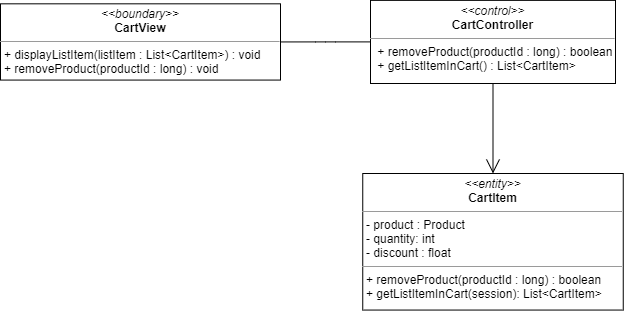
nguyenphamvan/datn_20202 keeps this draw.io diagram as image-class/remove-product-from-cart-class-diagram.png. Above is the earlier version. Source tidied: cells renumbered, new cells last; positions are measured from the earlier drawing's top-left corner, leaving out a move shared by most shapes.
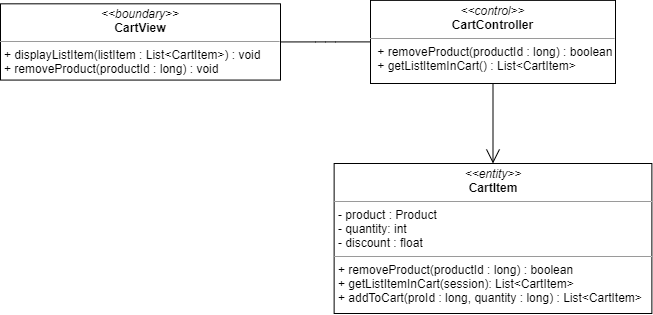
After the commit.

Change to the diagram source:
```diff
@@ -11,8 +11,8 @@
     <mxCell id="4" value="&lt;p style=&quot;margin: 0px ; margin-top: 4px ; text-align: center&quot;&gt;&lt;i&gt;&amp;lt;&amp;lt;control&amp;gt;&amp;gt;&lt;/i&gt;&lt;br&gt;&lt;b&gt;CartController&lt;/b&gt;&lt;/p&gt;&lt;hr size=&quot;1&quot;&gt;&lt;p style=&quot;margin: 0px ; margin-left: 4px&quot;&gt;&lt;span&gt;&amp;nbsp;+ removeProduct(productId : long) : boolean&lt;/span&gt;&lt;/p&gt;&lt;p style=&quot;margin: 0px ; margin-left: 4px&quot;&gt;&amp;nbsp;+ getListItemInCart() : List&amp;lt;CartItem&amp;gt;&lt;/p&gt;" style="verticalAlign=top;align=left;overflow=fill;fontSize=12;fontFamily=Helvetica;html=1;" parent="1" vertex="1">
       <mxGeometry x="370" y="-0.1" width="245" height="83.1" as="geometry" />
     </mxCell>
-    <mxCell id="5" value="&lt;p style=&quot;margin: 0px ; margin-top: 4px ; text-align: center&quot;&gt;&lt;i&gt;&amp;lt;&amp;lt;entity&amp;gt;&amp;gt;&lt;/i&gt;&lt;br&gt;&lt;b&gt;CartItem&lt;/b&gt;&lt;/p&gt;&lt;hr size=&quot;1&quot;&gt;&lt;p style=&quot;margin: 0px ; margin-left: 4px&quot;&gt;- product : Product&lt;/p&gt;&lt;p style=&quot;margin: 0px ; margin-left: 4px&quot;&gt;- quantity: int&lt;br&gt;- discount : float&lt;/p&gt;&lt;hr size=&quot;1&quot;&gt;&lt;p style=&quot;margin: 0px ; margin-left: 4px&quot;&gt;+ removeProduct(productId : long) : boolean&lt;/p&gt;&lt;p style=&quot;margin: 0px ; margin-left: 4px&quot;&gt;+ getListItemInCart(session): List&amp;lt;CartItem&amp;gt;&lt;br&gt;&lt;/p&gt;" style="verticalAlign=top;align=left;overflow=fill;fontSize=12;fontFamily=Helvetica;html=1;" parent="1" vertex="1">
-      <mxGeometry x="362.2" y="173" width="260.5" height="136.6" as="geometry" />
+    <mxCell id="5" value="&lt;p style=&quot;margin: 0px ; margin-top: 4px ; text-align: center&quot;&gt;&lt;i&gt;&amp;lt;&amp;lt;entity&amp;gt;&amp;gt;&lt;/i&gt;&lt;br&gt;&lt;b&gt;CartItem&lt;/b&gt;&lt;/p&gt;&lt;hr size=&quot;1&quot;&gt;&lt;p style=&quot;margin: 0px ; margin-left: 4px&quot;&gt;- product : Product&lt;/p&gt;&lt;p style=&quot;margin: 0px ; margin-left: 4px&quot;&gt;- quantity: int&lt;br&gt;- discount : float&lt;/p&gt;&lt;hr size=&quot;1&quot;&gt;&lt;p style=&quot;margin: 0px 0px 0px 4px&quot;&gt;+ removeProduct(productId : long) : boolean&lt;/p&gt;&lt;p style=&quot;margin: 0px 0px 0px 4px&quot;&gt;+ getListItemInCart(session): List&amp;lt;CartItem&amp;gt;&lt;/p&gt;&lt;p style=&quot;margin: 0px 0px 0px 4px&quot;&gt;+ addToCart(proId : long, quantity : long) : List&amp;lt;CartItem&amp;gt;&lt;/p&gt;" style="verticalAlign=top;align=left;overflow=fill;fontSize=12;fontFamily=Helvetica;html=1;" parent="1" vertex="1">
+      <mxGeometry x="333.6" y="163" width="317.8" height="150" as="geometry" />
     </mxCell>
     <mxCell id="6" style="endArrow=open;endFill=1;endSize=12;html=1;" parent="1" edge="1" source="4" target="5">
       <mxGeometry relative="1" as="geometry" />
```
